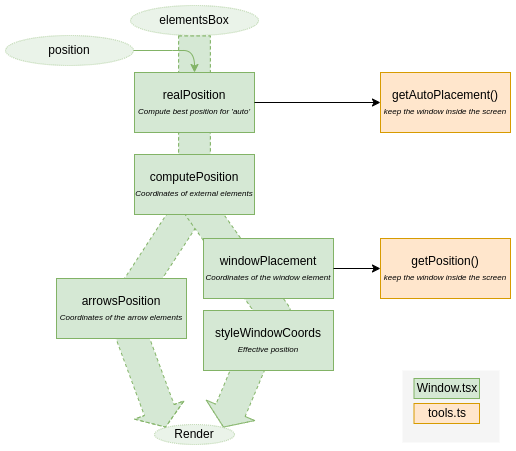
The draw.io diagram docs/images/workflow-window-position.drawio.png in restimel/vue3-tutorial, before a commit. Source tidied: cells renumbered, new cells last; positions are measured from the earlier drawing's top-left corner, leaving out a move shared by most shapes. The source it was exported from:
```xml
<mxGraphModel>
  <root>
    <mxCell id="0" />
    <mxCell id="1" parent="0" />
    <mxCell id="2" style="shape=flexArrow;endArrow=classic;html=1;rounded=0;fillColor=#d5e8d4;strokeColor=#82b366;dashed=1;width=31.666666666666668;endSize=5.7250000000000005;exitX=0.5;exitY=1;exitDx=0;exitDy=0;entryX=0;entryY=0;entryDx=0;entryDy=0;" parent="1" edge="1" source="7" target="8">
      <mxGeometry relative="1" as="geometry">
        <Array as="points">
          <mxPoint x="189" y="195" />
          <mxPoint x="117" y="305" />
        </Array>
      </mxGeometry>
    </mxCell>
    <mxCell id="3" style="shape=flexArrow;endArrow=classic;html=1;rounded=0;fillColor=#d5e8d4;strokeColor=#82b366;dashed=1;width=31.666666666666668;endSize=5.7250000000000005;exitX=0.5;exitY=1;exitDx=0;exitDy=0;entryX=1;entryY=0;entryDx=0;entryDy=0;" parent="1" edge="1" source="7" target="8">
      <mxGeometry relative="1" as="geometry">
        <Array as="points">
          <mxPoint x="189" y="195" />
          <mxPoint x="267" y="305" />
        </Array>
      </mxGeometry>
    </mxCell>
    <mxCell id="4" style="rounded=0;whiteSpace=wrap;html=1;fillColor=#f5f5f5;fontColor=#333333;strokeColor=none;" parent="1" vertex="1">
      <mxGeometry x="397" y="365" width="97" height="72" as="geometry" />
    </mxCell>
    <mxCell id="5" value="Window.tsx" style="rounded=0;whiteSpace=wrap;html=1;fillColor=#d5e8d4;strokeColor=#82b366;" parent="1" vertex="1">
      <mxGeometry x="408.5" y="373" width="65.5" height="20" as="geometry" />
    </mxCell>
    <mxCell id="6" value="tools.ts" style="rounded=0;whiteSpace=wrap;html=1;fillColor=#ffe6cc;strokeColor=#d79b00;" parent="1" vertex="1">
      <mxGeometry x="408.5" y="398" width="65.5" height="20" as="geometry" />
    </mxCell>
    <mxCell id="7" value="elementsBox" style="ellipse;whiteSpace=wrap;html=1;align=center;newEdgeStyle={&quot;edgeStyle&quot;:&quot;entityRelationEdgeStyle&quot;,&quot;startArrow&quot;:&quot;none&quot;,&quot;endArrow&quot;:&quot;none&quot;,&quot;segment&quot;:10,&quot;curved&quot;:1,&quot;sourcePerimeterSpacing&quot;:0,&quot;targetPerimeterSpacing&quot;:0};fillColor=#d5e8d4;strokeColor=#82b366;dashed=1;dashPattern=1 1;opacity=50;" parent="1" vertex="1">
      <mxGeometry x="125" width="128" height="30" as="geometry" />
    </mxCell>
    <mxCell id="8" value="Render" style="ellipse;whiteSpace=wrap;html=1;align=center;newEdgeStyle={&quot;edgeStyle&quot;:&quot;entityRelationEdgeStyle&quot;,&quot;startArrow&quot;:&quot;none&quot;,&quot;endArrow&quot;:&quot;none&quot;,&quot;segment&quot;:10,&quot;curved&quot;:1,&quot;sourcePerimeterSpacing&quot;:0,&quot;targetPerimeterSpacing&quot;:0};fillColor=#d5e8d4;strokeColor=#82b366;dashed=1;dashPattern=1 1;opacity=50;" parent="1" vertex="1">
      <mxGeometry x="149" y="419" width="80" height="20" as="geometry" />
    </mxCell>
    <mxCell id="9" value="position" style="ellipse;whiteSpace=wrap;html=1;align=center;newEdgeStyle={&quot;edgeStyle&quot;:&quot;entityRelationEdgeStyle&quot;,&quot;startArrow&quot;:&quot;none&quot;,&quot;endArrow&quot;:&quot;none&quot;,&quot;segment&quot;:10,&quot;curved&quot;:1,&quot;sourcePerimeterSpacing&quot;:0,&quot;targetPerimeterSpacing&quot;:0};fillColor=#d5e8d4;strokeColor=#82b366;dashed=1;dashPattern=1 1;opacity=50;" parent="1" vertex="1">
      <mxGeometry y="30" width="128" height="30" as="geometry" />
    </mxCell>
    <mxCell id="10" value="realPosition&lt;br&gt;&lt;i&gt;&lt;font style=&quot;font-size: 8px;&quot;&gt;Compute best position for 'auto'&lt;/font&gt;&lt;/i&gt;" style="rounded=0;whiteSpace=wrap;html=1;fillColor=#d5e8d4;strokeColor=#82b366;" parent="1" vertex="1">
      <mxGeometry x="129" y="67" width="120" height="60" as="geometry" />
    </mxCell>
    <mxCell id="11" value="computePosition&lt;br&gt;&lt;i style=&quot;&quot;&gt;&lt;font style=&quot;font-size: 8px;&quot;&gt;Coordinates of external elements&lt;/font&gt;&lt;/i&gt;" style="rounded=0;whiteSpace=wrap;html=1;fillColor=#d5e8d4;strokeColor=#82b366;" parent="1" vertex="1">
      <mxGeometry x="129" y="149" width="120" height="60" as="geometry" />
    </mxCell>
    <mxCell id="12" value="windowPlacement&lt;br&gt;&lt;i style=&quot;&quot;&gt;&lt;font style=&quot;font-size: 8px;&quot;&gt;Coordinates of the window element&lt;/font&gt;&lt;/i&gt;" style="rounded=0;whiteSpace=wrap;html=1;fillColor=#d5e8d4;strokeColor=#82b366;" parent="1" vertex="1">
      <mxGeometry x="198" y="233" width="130" height="60" as="geometry" />
    </mxCell>
    <mxCell id="13" value="arrowsPosition&lt;br&gt;&lt;i style=&quot;&quot;&gt;&lt;font style=&quot;font-size: 8px;&quot;&gt;Coordinates of the arrow elements&lt;/font&gt;&lt;/i&gt;" style="rounded=0;whiteSpace=wrap;html=1;fillColor=#d5e8d4;strokeColor=#82b366;" parent="1" vertex="1">
      <mxGeometry x="51" y="273" width="130" height="60" as="geometry" />
    </mxCell>
    <mxCell id="14" value="styleWindowCoords&lt;br&gt;&lt;i style=&quot;&quot;&gt;&lt;font style=&quot;font-size: 8px;&quot;&gt;Effective position&lt;/font&gt;&lt;/i&gt;" style="rounded=0;whiteSpace=wrap;html=1;fillColor=#d5e8d4;strokeColor=#82b366;" parent="1" vertex="1">
      <mxGeometry x="198" y="305" width="130" height="60" as="geometry" />
    </mxCell>
    <mxCell id="15" style="curved=1;endArrow=classic;html=1;rounded=0;exitX=1;exitY=0.5;exitDx=0;exitDy=0;entryX=0.5;entryY=0;entryDx=0;entryDy=0;fillColor=#d5e8d4;strokeColor=#82b366;" parent="1" edge="1" source="9" target="10">
      <mxGeometry relative="1" as="geometry">
        <Array as="points">
          <mxPoint x="167" y="45" />
          <mxPoint x="189" y="45" />
        </Array>
      </mxGeometry>
    </mxCell>
    <mxCell id="16" value="getPosition()&lt;br&gt;&lt;i&gt;&lt;font style=&quot;font-size: 8px;&quot;&gt;keep the window inside the screen&lt;/font&gt;&lt;/i&gt;" style="rounded=0;whiteSpace=wrap;html=1;fillColor=#ffe6cc;strokeColor=#d79b00;" parent="1" vertex="1">
      <mxGeometry x="375" y="233" width="130" height="60" as="geometry" />
    </mxCell>
    <mxCell id="17" style="endArrow=classic;html=1;rounded=0;exitX=1;exitY=0.5;exitDx=0;exitDy=0;entryX=0;entryY=0.5;entryDx=0;entryDy=0;" parent="1" edge="1" source="12" target="16">
      <mxGeometry relative="1" as="geometry" />
    </mxCell>
    <mxCell id="18" value="getAutoPlacement()&lt;br&gt;&lt;i&gt;&lt;font style=&quot;font-size: 8px;&quot;&gt;keep the window inside the screen&lt;/font&gt;&lt;/i&gt;" style="rounded=0;whiteSpace=wrap;html=1;fillColor=#ffe6cc;strokeColor=#d79b00;" parent="1" vertex="1">
      <mxGeometry x="375" y="67" width="130" height="60" as="geometry" />
    </mxCell>
    <mxCell id="19" style="endArrow=classic;html=1;rounded=0;entryX=0;entryY=0.5;entryDx=0;entryDy=0;exitX=1;exitY=0.5;exitDx=0;exitDy=0;" parent="1" edge="1" source="10" target="18">
      <mxGeometry relative="1" as="geometry" />
    </mxCell>
  </root>
</mxGraphModel>
```
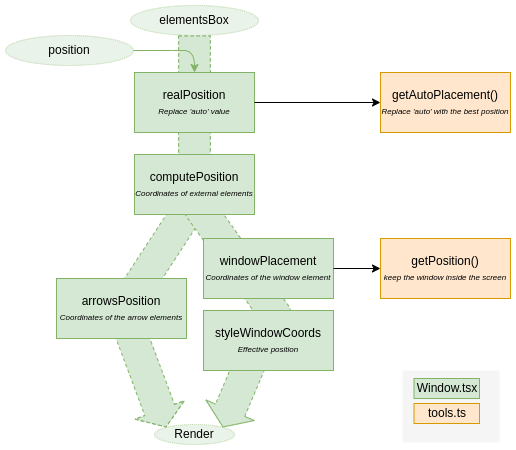
Above is the later version.

Commit message:
update position to support big target

The edit, as a diff of the source:
```diff
@@ -36,7 +36,7 @@
     <mxCell id="9" value="position" style="ellipse;whiteSpace=wrap;html=1;align=center;newEdgeStyle={&quot;edgeStyle&quot;:&quot;entityRelationEdgeStyle&quot;,&quot;startArrow&quot;:&quot;none&quot;,&quot;endArrow&quot;:&quot;none&quot;,&quot;segment&quot;:10,&quot;curved&quot;:1,&quot;sourcePerimeterSpacing&quot;:0,&quot;targetPerimeterSpacing&quot;:0};fillColor=#d5e8d4;strokeColor=#82b366;dashed=1;dashPattern=1 1;opacity=50;" parent="1" vertex="1">
       <mxGeometry y="30" width="128" height="30" as="geometry" />
     </mxCell>
-    <mxCell id="10" value="realPosition&lt;br&gt;&lt;i&gt;&lt;font style=&quot;font-size: 8px;&quot;&gt;Compute best position for 'auto'&lt;/font&gt;&lt;/i&gt;" style="rounded=0;whiteSpace=wrap;html=1;fillColor=#d5e8d4;strokeColor=#82b366;" parent="1" vertex="1">
+    <mxCell id="10" value="realPosition&lt;br&gt;&lt;i&gt;&lt;font style=&quot;font-size: 8px;&quot;&gt;Replace 'auto' value&lt;/font&gt;&lt;/i&gt;" style="rounded=0;whiteSpace=wrap;html=1;fillColor=#d5e8d4;strokeColor=#82b366;" parent="1" vertex="1">
       <mxGeometry x="129" y="67" width="120" height="60" as="geometry" />
     </mxCell>
     <mxCell id="11" value="computePosition&lt;br&gt;&lt;i style=&quot;&quot;&gt;&lt;font style=&quot;font-size: 8px;&quot;&gt;Coordinates of external elements&lt;/font&gt;&lt;/i&gt;" style="rounded=0;whiteSpace=wrap;html=1;fillColor=#d5e8d4;strokeColor=#82b366;" parent="1" vertex="1">
@@ -65,7 +65,7 @@
     <mxCell id="17" style="endArrow=classic;html=1;rounded=0;exitX=1;exitY=0.5;exitDx=0;exitDy=0;entryX=0;entryY=0.5;entryDx=0;entryDy=0;" parent="1" edge="1" source="12" target="16">
       <mxGeometry relative="1" as="geometry" />
     </mxCell>
-    <mxCell id="18" value="getAutoPlacement()&lt;br&gt;&lt;i&gt;&lt;font style=&quot;font-size: 8px;&quot;&gt;keep the window inside the screen&lt;/font&gt;&lt;/i&gt;" style="rounded=0;whiteSpace=wrap;html=1;fillColor=#ffe6cc;strokeColor=#d79b00;" parent="1" vertex="1">
+    <mxCell id="18" value="getAutoPlacement()&lt;br&gt;&lt;i&gt;&lt;font style=&quot;font-size: 8px;&quot;&gt;Replace 'auto' with the best position&lt;/font&gt;&lt;/i&gt;" style="rounded=0;whiteSpace=wrap;html=1;fillColor=#ffe6cc;strokeColor=#d79b00;" parent="1" vertex="1">
       <mxGeometry x="375" y="67" width="130" height="60" as="geometry" />
     </mxCell>
     <mxCell id="19" style="endArrow=classic;html=1;rounded=0;entryX=0;entryY=0.5;entryDx=0;entryDy=0;exitX=1;exitY=0.5;exitDx=0;exitDy=0;" parent="1" edge="1" source="10" target="18">
```
